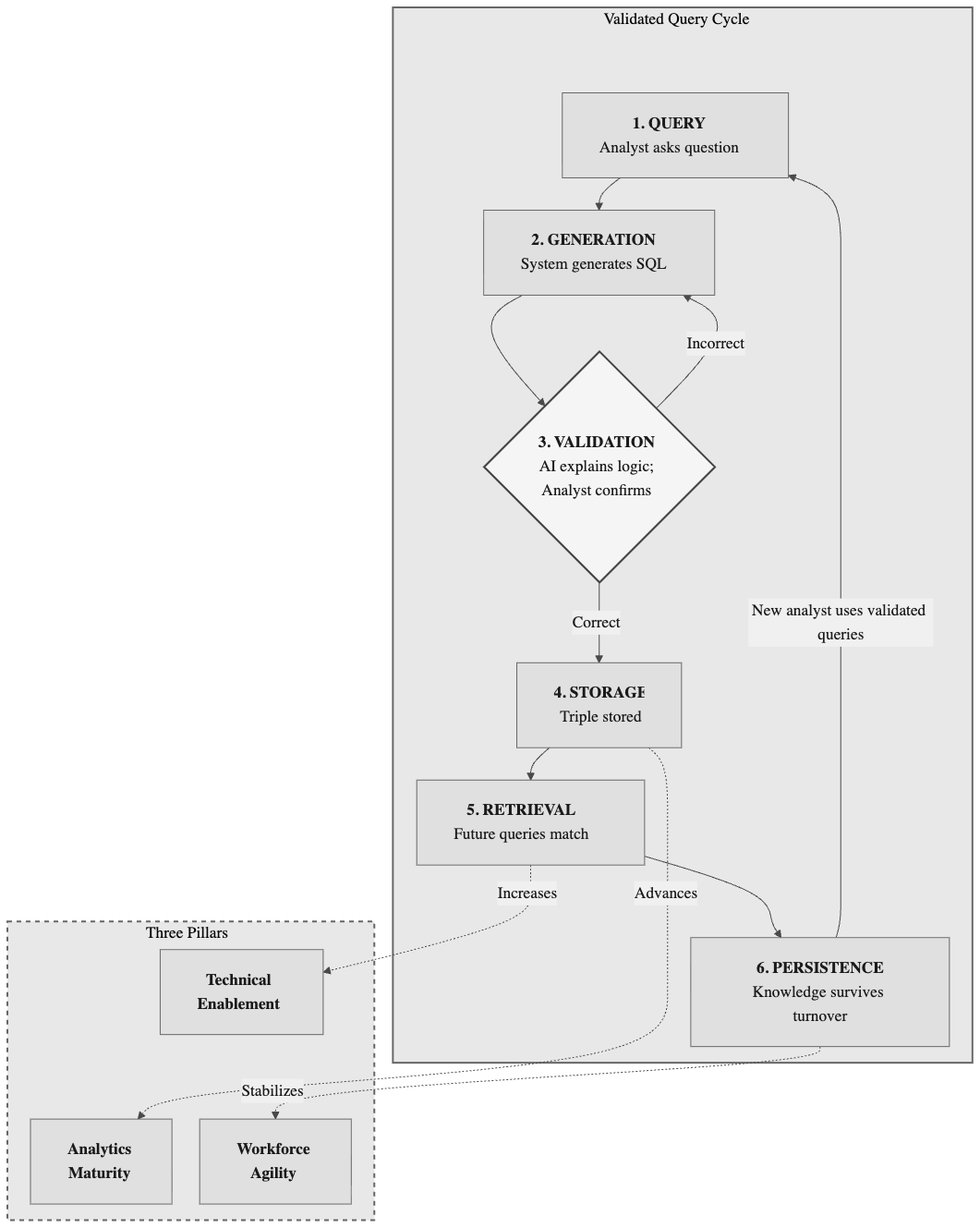
Before: figures/knowledge-cycle.mmd.png, a diagram exported from Mermaid (stharrold/yuimedi-paper-20250901). Its source is kept beside it as figures/knowledge-cycle.mmd.
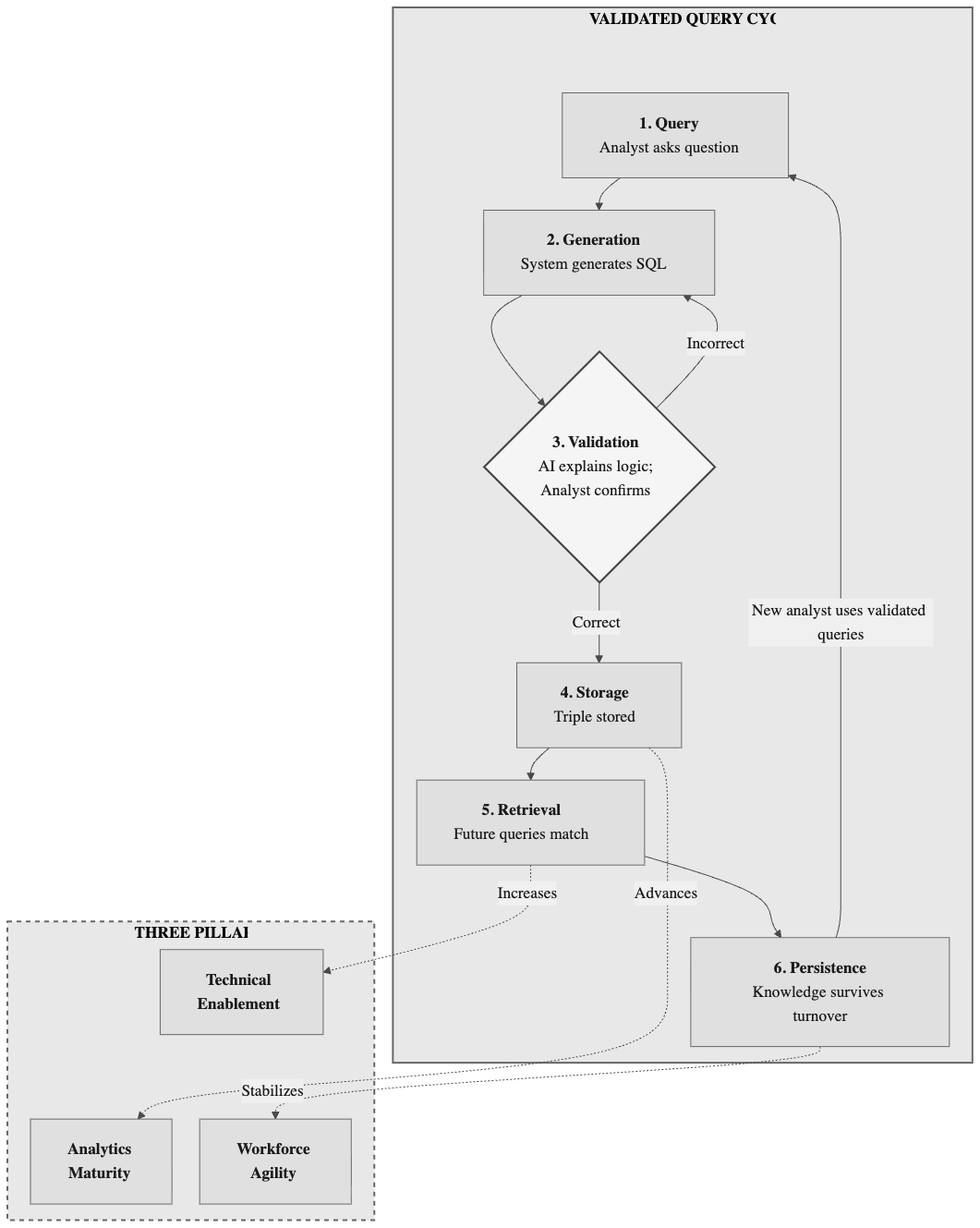
After the change.

Commit message:
fix(paper): Figure 2 consistent subgraph titles (bold all-caps), title-case node headers

The edit, as a diff of the source:
```diff
@@ -1,18 +1,18 @@
 %%{init: {'theme': 'base', 'flowchart': {'useMaxWidth': false, 'markdownAutoWrap': false, 'nodeSpacing': 30, 'rankSpacing': 35, 'padding': 20}, 'themeVariables': { 'primaryColor': '#e0e0e0', 'primaryTextColor': '#1a1a1a', 'primaryBorderColor': '#666', 'lineColor': '#4a4a4a', 'secondaryColor': '#f0f0f0', 'tertiaryColor': '#fafafa', 'fontFamily': 'Arial, sans-serif', 'fontSize': '13pt'}}}%%
 flowchart TB
 
-    subgraph CYCLE["Validated Query Cycle"]
+    subgraph CYCLE["<b>VALIDATED QUERY CYCLE</b>"]
         direction TB
         CYCLE_PAD[ ] ~~~ Q
-        Q["<b>1. QUERY</b><br/>Analyst asks question"]
-        G["<b>2. GENERATION</b><br/>System generates SQL"]
-        V{"<b>3. VALIDATION</b><br/>AI explains logic;<br/>Analyst confirms"}
-        S["<b>4. STORAGE</b><br/>Triple stored"]
-        R["<b>5. RETRIEVAL</b><br/>Future queries match"]
-        P["<b>6. PERSISTENCE</b><br/>Knowledge survives turnover"]
+        Q["<b>1. Query</b><br/>Analyst asks question"]
+        G["<b>2. Generation</b><br/>System generates SQL"]
+        V{"<b>3. Validation</b><br/>AI explains logic;<br/>Analyst confirms"}
+        S["<b>4. Storage</b><br/>Triple stored"]
+        R["<b>5. Retrieval</b><br/>Future queries match"]
+        P["<b>6. Persistence</b><br/>Knowledge survives turnover"]
     end
 
-    subgraph PILLARS["Three Pillars"]
+    subgraph PILLARS["<b>THREE PILLARS</b>"]
         direction LR
         PILLARS_PAD[ ] ~~~ M
         M["<b>Analytics<br/>Maturity</b>"]
```
